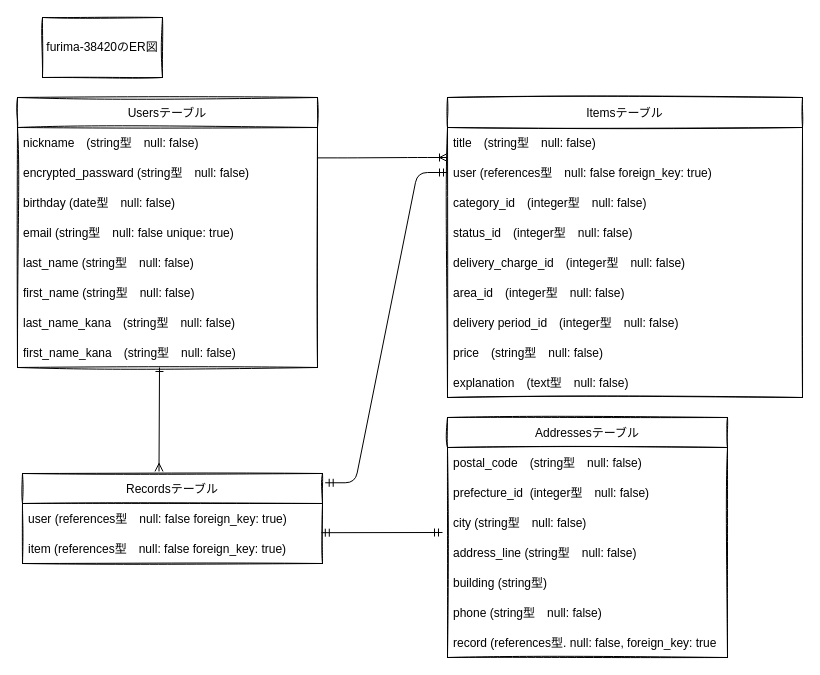
Earlier version of the draw.io diagram test.dio (noplan31/furima-38420). Source tidied: cells renumbered, new cells numbered last; positions are measured from the earlier drawing's top-left corner, leaving out a move shared by most shapes. Both pictures are drawn from the tidied source at 100%, with x=0, y=0 at pixel (17, 17).
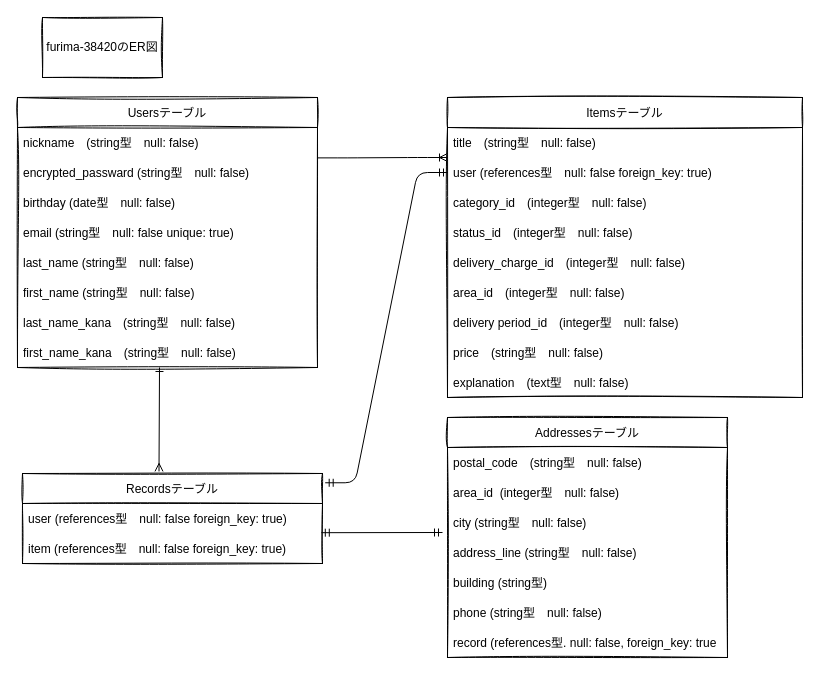
The same page after the edit.

Commit message:
データベース設計　修正3

Unchanged cells that the change refers to:
```xml
<mxCell id="23" value="Addressesテーブル" style="swimlane;fontStyle=0;horizontal=1;startSize=30;sketch=1;" parent="1" vertex="1">
  <mxGeometry x="430" y="400" width="280" height="240" as="geometry" />
</mxCell>
```

What changed in the source:
```diff
@@
-    <mxCell id="25" value="prefecture_id  (integer型　null: false)" style="text;strokeColor=none;fillColor=none;align=left;verticalAlign=middle;spacingLeft=4;spacingRight=4;overflow=hidden;sketch=1;" parent="23" vertex="1">
+    <mxCell id="25" value="area_id  (integer型　null: false)" style="text;strokeColor=none;fillColor=none;align=left;verticalAlign=middle;spacingLeft=4;spacingRight=4;overflow=hidden;sketch=1;" parent="23" vertex="1">
       <mxGeometry y="60" width="280" height="30" as="geometry" />
     </mxCell>
```
